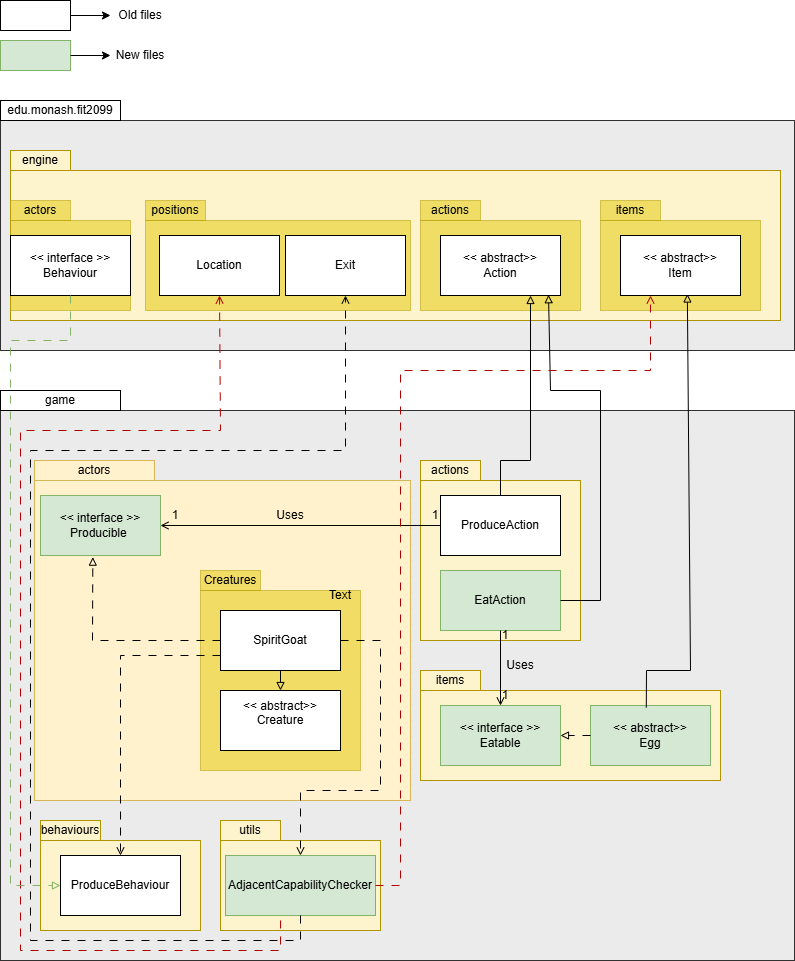
Above: docs/design/assignment2/Req1/A2 REQ1 A UML Youssef .drawio.png in karmay-ong/Elden_Ring_Game (draw.io), before the change. Source tidied: cells renumbered, new cells last; positions are measured from the earlier drawing's top-left corner, leaving out a move shared by most shapes.
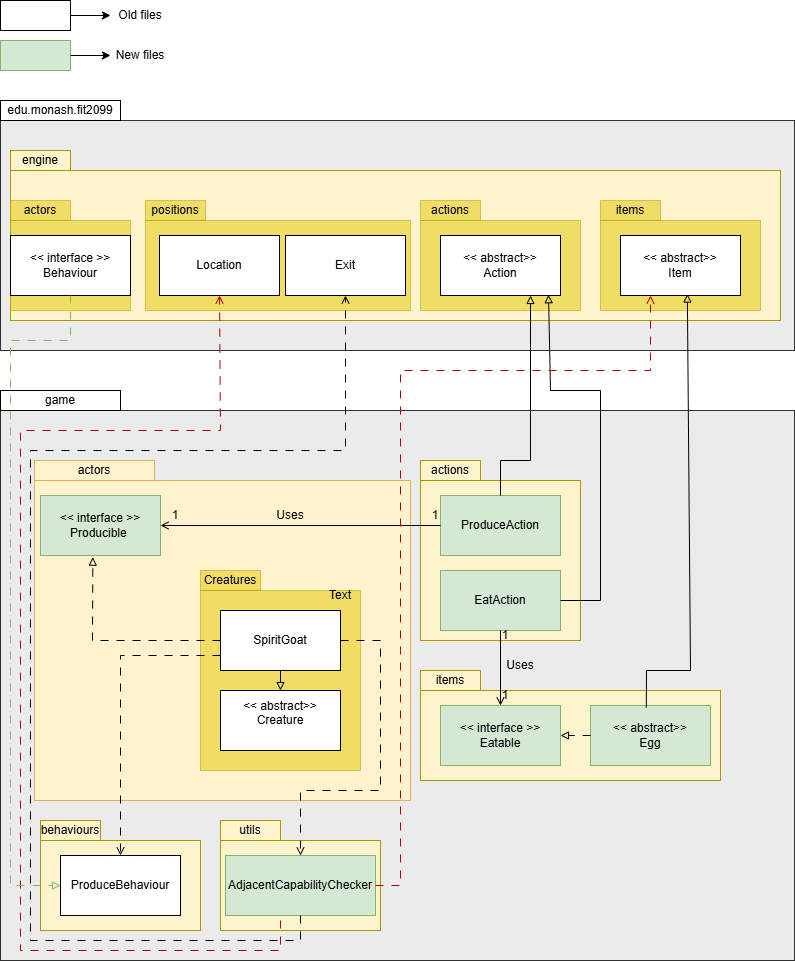
Above is the later version.

Commit message:
Added documentation to the code I made and modified And fixed an issue in the UML

The edit, as a diff of the source:
```diff
@@ -79,7 +79,7 @@
     <mxCell id="23" value="actions" style="rounded=0;whiteSpace=wrap;html=1;fillColor=light-dark(#fdf3cc, #675000);strokeColor=#B09500;fontColor=#000000;" parent="1" vertex="1">
       <mxGeometry x="420" y="460" width="60" height="20" as="geometry" />
     </mxCell>
-    <mxCell id="24" value="&lt;div&gt;ProduceAction&lt;/div&gt;" style="rounded=0;whiteSpace=wrap;html=1;" parent="1" vertex="1">
+    <mxCell id="24" value="&lt;div&gt;ProduceAction&lt;/div&gt;" style="rounded=0;whiteSpace=wrap;html=1;fillColor=#d5e8d4;strokeColor=#82b366;" parent="1" vertex="1">
       <mxGeometry x="440" y="495" width="120" height="60" as="geometry" />
     </mxCell>
     <mxCell id="25" style="endArrow=open;html=1;rounded=0;endFill=0;exitX=0;exitY=0.5;exitDx=0;exitDy=0;entryX=1;entryY=0.5;entryDx=0;entryDy=0;" parent="1" edge="1" source="24" target="8">
```
